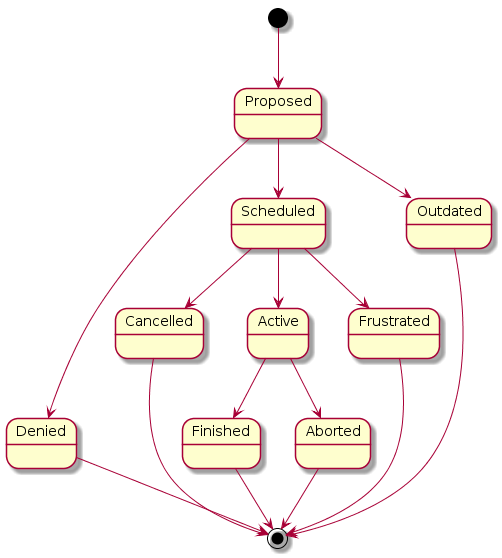
Above: Diagrams/StateDiagram.png in Alfredovec/Diploma (PlantUML), before the change.
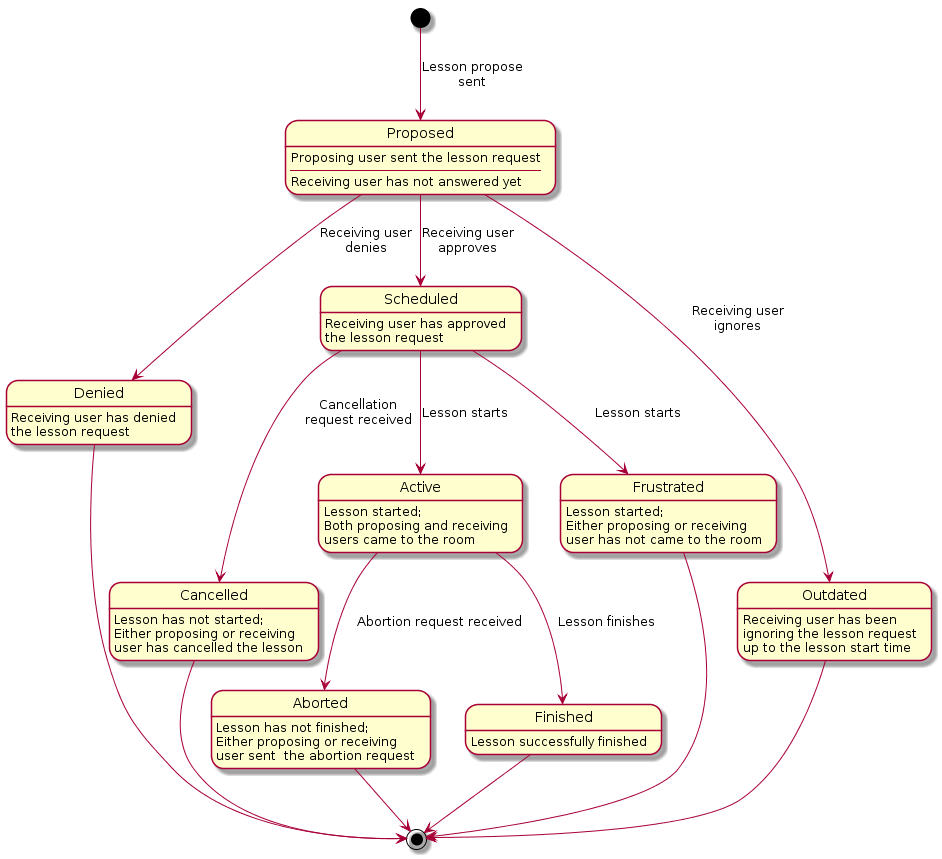
Later version of the same file.

What changed in the source:
```diff
@@ -1,16 +1,36 @@
 @startuml
-[*] --> Proposed
-Proposed --> Denied
+Proposed: Proposing user sent the lesson request
+Proposed: ----
+Proposed: Receiving user has not answered yet
+
+Denied: Receiving user has denied\nthe lesson request
+
+Scheduled: Receiving user has approved\nthe lesson request
+
+Outdated: Receiving user has been\nignoring the lesson request\nup to the lesson start time
+
+Cancelled: Lesson has not started;\nEither proposing or receiving\nuser has cancelled the lesson
+
+Active: Lesson started;\nBoth proposing and receiving\nusers came to the room
+
+Frustrated: Lesson started;\nEither proposing or receiving\nuser has not came to the room
+
+Aborted: Lesson has not finished;\nEither proposing or receiving\nuser sent  the abortion request
+
+Finished: Lesson successfully finished
+
+[*] --> Proposed: Lesson propose\nsent
+Proposed --> Denied: Receiving user\ndenies
 Denied --> [*]
-Proposed --> Scheduled
-Proposed --> Outdated
+Proposed --> Scheduled: Receiving user\napproves
+Proposed --> Outdated: Receiving user\nignores
 Outdated --> [*]
-Scheduled --> Cancelled
+Scheduled --> Cancelled: Cancellation\nrequest received
 Cancelled --> [*]
-Scheduled --> Active
-Scheduled --> Frustrated
-Active --> Finished
-Active --> Aborted
+Scheduled --> Active: Lesson starts
+Scheduled --> Frustrated: Lesson starts
+Active --> Finished: Lesson finishes
+Active --> Aborted: Abortion request received
 Aborted --> [*]
 Finished --> [*]
 Frustrated --> [*]
```
